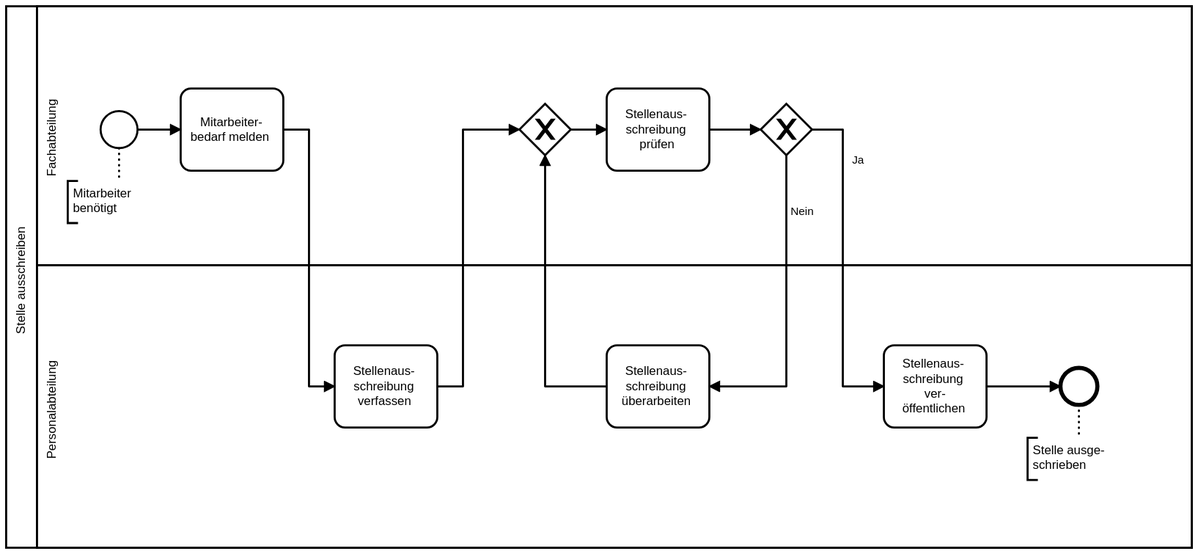
Earlier version of the BPMN export 2.Kapitel/diagram.svg (starmaerker/bpmn). Its source is kept beside it as 2.Kapitel/diagram.bpmn. Ids are renumbered.
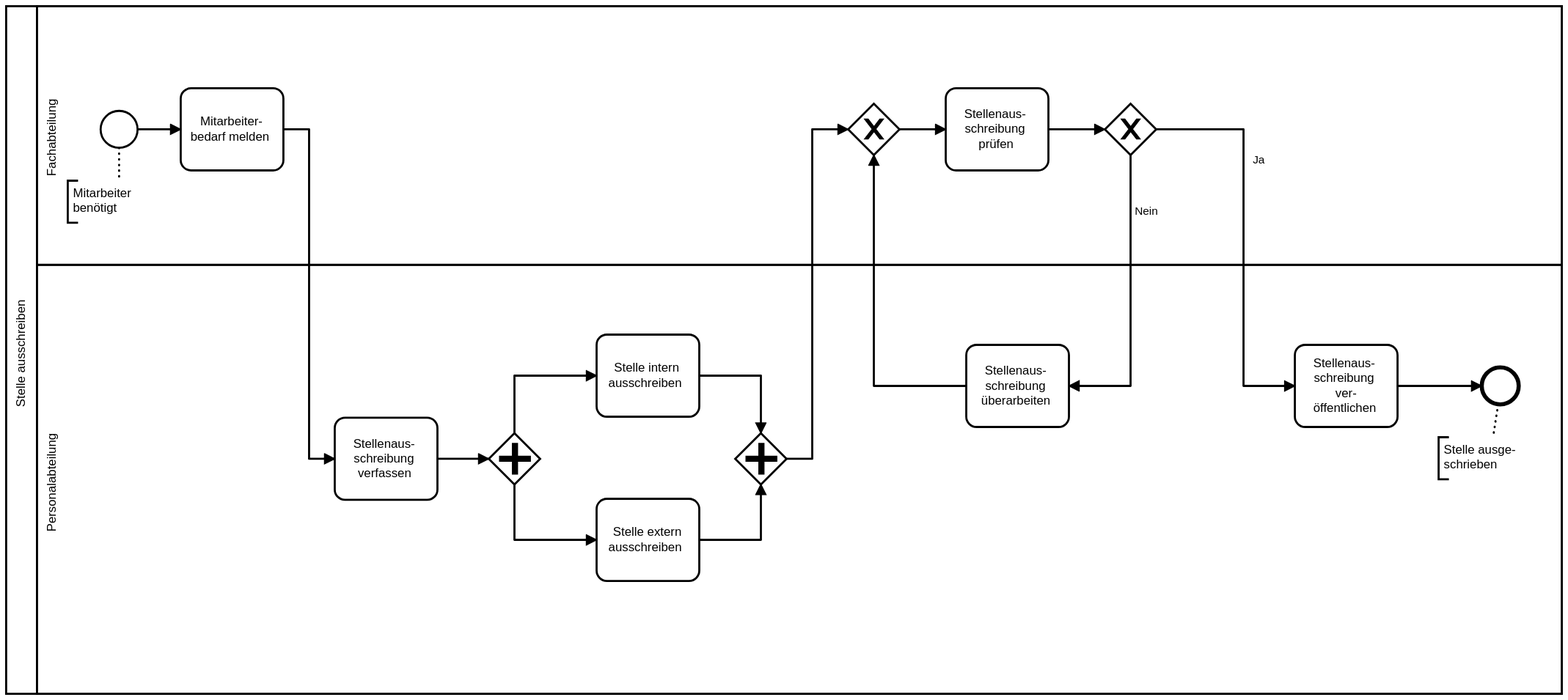
Above is the later version.

Commit message:
add parallel gateway

What changed in the source:
```diff
@@ -8,14 +8,18 @@
         <bpmn:flowNodeRef>StartEvent_n7</bpmn:flowNodeRef>
         <bpmn:flowNodeRef>Activity_n8</bpmn:flowNodeRef>
         <bpmn:flowNodeRef>Gateway_n9</bpmn:flowNodeRef>
+        <bpmn:flowNodeRef>Activity_n11</bpmn:flowNodeRef>
         <bpmn:flowNodeRef>Gateway_n10</bpmn:flowNodeRef>
-        <bpmn:flowNodeRef>Activity_n11</bpmn:flowNodeRef>
       </bpmn:lane>
       <bpmn:lane id="Lane_n12" name="Personalabteilung">
+        <bpmn:flowNodeRef>Event_n15</bpmn:flowNodeRef>
+        <bpmn:flowNodeRef>Activity_n14</bpmn:flowNodeRef>
+        <bpmn:flowNodeRef>Activity_n16</bpmn:flowNodeRef>
         <bpmn:flowNodeRef>Activity_n13</bpmn:flowNodeRef>
-        <bpmn:flowNodeRef>Activity_n14</bpmn:flowNodeRef>
-        <bpmn:flowNodeRef>Event_n15</bpmn:flowNodeRef>
-        <bpmn:flowNodeRef>Activity_n16</bpmn:flowNodeRef>
+        <bpmn:flowNodeRef>Gateway_n30</bpmn:flowNodeRef>
+        <bpmn:flowNodeRef>Activity_n31</bpmn:flowNodeRef>
+        <bpmn:flowNodeRef>Activity_n32</bpmn:flowNodeRef>
+        <bpmn:flowNodeRef>Gateway_n33</bpmn:flowNodeRef>
       </bpmn:lane>
     </bpmn:laneSet>
     <bpmn:startEvent id="StartEvent_n7">
@@ -25,44 +29,67 @@
       <bpmn:incoming>Flow_n17</bpmn:incoming>
       <bpmn:outgoing>Flow_n18</bpmn:outgoing>
     </bpmn:task>
-    <bpmn:task id="Activity_n13" name="Stellenaus-schreibung verfassen">
-      <bpmn:incoming>Flow_n18</bpmn:incoming>
-      <bpmn:outgoing>Flow_n19</bpmn:outgoing>
+    <bpmn:sequenceFlow id="Flow_n17" sourceRef="StartEvent_n7" targetRef="Activity_n8" />
+    <bpmn:sequenceFlow id="Flow_n18" sourceRef="Activity_n8" targetRef="Activity_n13" />
+    <bpmn:sequenceFlow id="Flow_n23" sourceRef="Gateway_n10" targetRef="Activity_n11" />
+    <bpmn:sequenceFlow id="Flow_n20" sourceRef="Activity_n11" targetRef="Gateway_n9" />
+    <bpmn:sequenceFlow id="Flow_n21" name="Ja" sourceRef="Gateway_n9" targetRef="Activity_n14" />
+    <bpmn:sequenceFlow id="Flow_n24" sourceRef="Activity_n14" targetRef="Event_n15" />
+    <bpmn:sequenceFlow id="Flow_n22" name="Nein" sourceRef="Gateway_n9" targetRef="Activity_n16" />
+    <bpmn:sequenceFlow id="Flow_n25" sourceRef="Activity_n16" targetRef="Gateway_n10" />
+    <bpmn:endEvent id="Event_n15">
+      <bpmn:incoming>Flow_n24</bpmn:incoming>
+    </bpmn:endEvent>
+    <bpmn:task id="Activity_n14" name="Stellenaus-schreibung   ver-  öffentlichen">
+      <bpmn:incoming>Flow_n21</bpmn:incoming>
+      <bpmn:outgoing>Flow_n24</bpmn:outgoing>
     </bpmn:task>
     <bpmn:exclusiveGateway id="Gateway_n9">
       <bpmn:incoming>Flow_n20</bpmn:incoming>
       <bpmn:outgoing>Flow_n21</bpmn:outgoing>
       <bpmn:outgoing>Flow_n22</bpmn:outgoing>
     </bpmn:exclusiveGateway>
-    <bpmn:sequenceFlow id="Flow_n17" sourceRef="StartEvent_n7" targetRef="Activity_n8" />
-    <bpmn:sequenceFlow id="Flow_n18" sourceRef="Activity_n8" targetRef="Activity_n13" />
-    <bpmn:sequenceFlow id="Flow_n19" sourceRef="Activity_n13" targetRef="Gateway_n10" />
-    <bpmn:sequenceFlow id="Flow_n23" sourceRef="Gateway_n10" targetRef="Activity_n11" />
-    <bpmn:sequenceFlow id="Flow_n20" sourceRef="Activity_n11" targetRef="Gateway_n9" />
-    <bpmn:sequenceFlow id="Flow_n21" name="Ja" sourceRef="Gateway_n9" targetRef="Activity_n14" />
-    <bpmn:sequenceFlow id="Flow_n24" sourceRef="Activity_n14" targetRef="Event_n15" />
-    <bpmn:sequenceFlow id="Flow_n22" name="Nein" sourceRef="Gateway_n9" targetRef="Activity_n16" />
-    <bpmn:task id="Activity_n14" name="Stellenaus-schreibung   ver-  öffentlichen">
-      <bpmn:incoming>Flow_n21</bpmn:incoming>
-      <bpmn:outgoing>Flow_n24</bpmn:outgoing>
+    <bpmn:task id="Activity_n16" name="Stellenaus- schreibung überarbeiten">
+      <bpmn:incoming>Flow_n22</bpmn:incoming>
+      <bpmn:outgoing>Flow_n25</bpmn:outgoing>
     </bpmn:task>
-    <bpmn:endEvent id="Event_n15">
-      <bpmn:incoming>Flow_n24</bpmn:incoming>
-    </bpmn:endEvent>
-    <bpmn:exclusiveGateway id="Gateway_n10">
-      <bpmn:incoming>Flow_n19</bpmn:incoming>
-      <bpmn:incoming>Flow_n25</bpmn:incoming>
-      <bpmn:outgoing>Flow_n23</bpmn:outgoing>
-    </bpmn:exclusiveGateway>
-    <bpmn:sequenceFlow id="Flow_n25" sourceRef="Activity_n16" targetRef="Gateway_n10" />
     <bpmn:task id="Activity_n11" name="Stellenaus-schreibung prüfen">
       <bpmn:incoming>Flow_n23</bpmn:incoming>
       <bpmn:outgoing>Flow_n20</bpmn:outgoing>
     </bpmn:task>
-    <bpmn:task id="Activity_n16" name="Stellenaus- schreibung überarbeiten">
-      <bpmn:incoming>Flow_n22</bpmn:incoming>
-      <bpmn:outgoing>Flow_n25</bpmn:outgoing>
+    <bpmn:exclusiveGateway id="Gateway_n10">
+      <bpmn:incoming>Flow_n25</bpmn:incoming>
+      <bpmn:incoming>Flow_n34</bpmn:incoming>
+      <bpmn:outgoing>Flow_n23</bpmn:outgoing>
+    </bpmn:exclusiveGateway>
+    <bpmn:sequenceFlow id="Flow_n35" sourceRef="Activity_n13" targetRef="Gateway_n30" />
+    <bpmn:task id="Activity_n13" name="Stellenaus-schreibung verfassen">
+      <bpmn:incoming>Flow_n18</bpmn:incoming>
+      <bpmn:outgoing>Flow_n35</bpmn:outgoing>
     </bpmn:task>
+    <bpmn:parallelGateway id="Gateway_n30">
+      <bpmn:incoming>Flow_n35</bpmn:incoming>
+      <bpmn:outgoing>Flow_n36</bpmn:outgoing>
+      <bpmn:outgoing>Flow_n37</bpmn:outgoing>
+    </bpmn:parallelGateway>
+    <bpmn:sequenceFlow id="Flow_n36" sourceRef="Gateway_n30" targetRef="Activity_n32" />
+    <bpmn:sequenceFlow id="Flow_n37" sourceRef="Gateway_n30" targetRef="Activity_n31" />
+    <bpmn:task id="Activity_n31" name="Stelle extern ausschreiben">
+      <bpmn:incoming>Flow_n37</bpmn:incoming>
+      <bpmn:outgoing>Flow_n38</bpmn:outgoing>
+    </bpmn:task>
+    <bpmn:task id="Activity_n32" name="Stelle intern ausschreiben">
+      <bpmn:incoming>Flow_n36</bpmn:incoming>
+      <bpmn:outgoing>Flow_n39</bpmn:outgoing>
+    </bpmn:task>
+    <bpmn:sequenceFlow id="Flow_n38" sourceRef="Activity_n31" targetRef="Gateway_n33" />
+    <bpmn:sequenceFlow id="Flow_n39" sourceRef="Activity_n32" targetRef="Gateway_n33" />
+    <bpmn:parallelGateway id="Gateway_n33">
+      <bpmn:incoming>Flow_n38</bpmn:incoming>
+      <bpmn:incoming>Flow_n39</bpmn:incoming>
+      <bpmn:outgoing>Flow_n34</bpmn:outgoing>
+    </bpmn:parallelGateway>
+    <bpmn:sequenceFlow id="Flow_n34" sourceRef="Gateway_n33" targetRef="Gateway_n10" />
     <bpmn:textAnnotation id="TextAnnotation_n26">
       <bpmn:text>Mitarbeiter benötigt</bpmn:text>
     </bpmn:textAnnotation>
@@ -75,69 +102,90 @@
   <bpmndi:BPMNDiagram id="BPMNDiagram_1">
     <bpmndi:BPMNPlane id="BPMNPlane_1" bpmnElement="Collaboration_n2">
       <bpmndi:BPMNShape id="Participant_n3_di" bpmnElement="Participant_n3" isHorizontal="true">
-        <dc:Bounds x="115" y="60" width="1155" height="527" />
+        <dc:Bounds x="115" y="60" width="1515" height="670" />
+      </bpmndi:BPMNShape>
+      <bpmndi:BPMNShape id="Lane_n12_di" bpmnElement="Lane_n12" isHorizontal="true">
+        <dc:Bounds x="145" y="312" width="1485" height="418" />
       </bpmndi:BPMNShape>
       <bpmndi:BPMNShape id="Lane_n6_di" bpmnElement="Lane_n6" isHorizontal="true">
-        <dc:Bounds x="145" y="60" width="1125" height="252" />
-      </bpmndi:BPMNShape>
-      <bpmndi:BPMNShape id="Lane_n12_di" bpmnElement="Lane_n12" isHorizontal="true">
-        <dc:Bounds x="145" y="312" width="1125" height="275" />
-      </bpmndi:BPMNShape>
-      <bpmndi:BPMNShape id="TextAnnotation_n26_di" bpmnElement="TextAnnotation_n26">
-        <dc:Bounds x="175" y="230" width="74" height="41" />
+        <dc:Bounds x="145" y="60" width="1485" height="252" />
       </bpmndi:BPMNShape>
       <bpmndi:BPMNShape id="TextAnnotation_n28_di" bpmnElement="TextAnnotation_n28">
-        <dc:Bounds x="1110" y="480" width="100" height="41" />
+        <dc:Bounds x="1510" y="480" width="100" height="41" />
       </bpmndi:BPMNShape>
+      <bpmndi:BPMNEdge id="Flow_n25_di" bpmnElement="Flow_n25">
+        <di:waypoint x="1050" y="430" />
+        <di:waypoint x="960" y="430" />
+        <di:waypoint x="960" y="205" />
+      </bpmndi:BPMNEdge>
+      <bpmndi:BPMNEdge id="Flow_n22_di" bpmnElement="Flow_n22">
+        <di:waypoint x="1210" y="205" />
+        <di:waypoint x="1210" y="430" />
+        <di:waypoint x="1150" y="430" />
+        <bpmndi:BPMNLabel>
+          <dc:Bounds x="1214" y="253" width="22" height="14" />
+        </bpmndi:BPMNLabel>
+      </bpmndi:BPMNEdge>
+      <bpmndi:BPMNEdge id="Flow_n24_di" bpmnElement="Flow_n24">
+        <di:waypoint x="1470" y="430" />
+        <di:waypoint x="1552" y="430" />
+      </bpmndi:BPMNEdge>
+      <bpmndi:BPMNEdge id="Flow_n21_di" bpmnElement="Flow_n21">
+        <di:waypoint x="1235" y="180" />
+        <di:waypoint x="1320" y="180" />
+        <di:waypoint x="1320" y="430" />
+        <di:waypoint x="1370" y="430" />
+        <bpmndi:BPMNLabel>
+          <dc:Bounds x="1329" y="203" width="12" height="14" />
+        </bpmndi:BPMNLabel>
+      </bpmndi:BPMNEdge>
+      <bpmndi:BPMNEdge id="Flow_n20_di" bpmnElement="Flow_n20">
+        <di:waypoint x="1130" y="180" />
+        <di:waypoint x="1185" y="180" />
+      </bpmndi:BPMNEdge>
+      <bpmndi:BPMNEdge id="Flow_n23_di" bpmnElement="Flow_n23">
+        <di:waypoint x="985" y="180" />
+        <di:waypoint x="1030" y="180" />
+      </bpmndi:BPMNEdge>
+      <bpmndi:BPMNEdge id="Flow_n18_di" bpmnElement="Flow_n18">
+        <di:waypoint x="385" y="180" />
+        <di:waypoint x="410" y="180" />
+        <di:waypoint x="410" y="501" />
+        <di:waypoint x="435" y="501" />
+      </bpmndi:BPMNEdge>
       <bpmndi:BPMNEdge id="Flow_n17_di" bpmnElement="Flow_n17">
         <di:waypoint x="243" y="180" />
         <di:waypoint x="285" y="180" />
       </bpmndi:BPMNEdge>
-      <bpmndi:BPMNEdge id="Flow_n18_di" bpmnElement="Flow_n18">
-        <di:waypoint x="385" y="180" />
-        <di:waypoint x="410" y="180" />
-        <di:waypoint x="410" y="430" />
-        <di:waypoint x="435" y="430" />
+      <bpmndi:BPMNEdge id="Flow_n35_di" bpmnElement="Flow_n35">
+        <di:waypoint x="535" y="501" />
+        <di:waypoint x="585" y="501" />
       </bpmndi:BPMNEdge>
-      <bpmndi:BPMNEdge id="Flow_n19_di" bpmnElement="Flow_n19">
-        <di:waypoint x="535" y="430" />
-        <di:waypoint x="560" y="430" />
-        <di:waypoint x="560" y="180" />
-        <di:waypoint x="615" y="180" />
+      <bpmndi:BPMNEdge id="Flow_n36_di" bpmnElement="Flow_n36">
+        <di:waypoint x="610" y="476" />
+        <di:waypoint x="610" y="420" />
+        <di:waypoint x="690" y="420" />
       </bpmndi:BPMNEdge>
-      <bpmndi:BPMNEdge id="Flow_n23_di" bpmnElement="Flow_n23">
-        <di:waypoint x="665" y="180" />
-        <di:waypoint x="700" y="180" />
+      <bpmndi:BPMNEdge id="Flow_n37_di" bpmnElement="Flow_n37">
+        <di:waypoint x="610" y="526" />
+        <di:waypoint x="610" y="580" />
+        <di:waypoint x="690" y="580" />
       </bpmndi:BPMNEdge>
-      <bpmndi:BPMNEdge id="Flow_n20_di" bpmnElement="Flow_n20">
-        <di:waypoint x="800" y="180" />
-        <di:waypoint x="850" y="180" />
+      <bpmndi:BPMNEdge id="Flow_n38_di" bpmnElement="Flow_n38">
+        <di:waypoint x="790" y="580" />
+        <di:waypoint x="850" y="580" />
+        <di:waypoint x="850" y="526" />
       </bpmndi:BPMNEdge>
-      <bpmndi:BPMNEdge id="Flow_n21_di" bpmnElement="Flow_n21">
+      <bpmndi:BPMNEdge id="Flow_n39_di" bpmnElement="Flow_n39">
+        <di:waypoint x="790" y="420" />
+        <di:waypoint x="850" y="420" />
+        <di:waypoint x="850" y="476" />
+      </bpmndi:BPMNEdge>
+      <bpmndi:BPMNEdge id="Flow_n34_di" bpmnElement="Flow_n34">
+        <di:waypoint x="875" y="501" />
+        <di:waypoint x="900" y="501" />
         <di:waypoint x="900" y="180" />
-        <di:waypoint x="930" y="180" />
-        <di:waypoint x="930" y="430" />
-        <di:waypoint x="970" y="430" />
-        <bpmndi:BPMNLabel>
-          <dc:Bounds x="939" y="203" width="12" height="14" />
-        </bpmndi:BPMNLabel>
-      </bpmndi:BPMNEdge>
-      <bpmndi:BPMNEdge id="Flow_n24_di" bpmnElement="Flow_n24">
-        <di:waypoint x="1070" y="430" />
-        <di:waypoint x="1142" y="430" />
-      </bpmndi:BPMNEdge>
-      <bpmndi:BPMNEdge id="Flow_n22_di" bpmnElement="Flow_n22">
-        <di:waypoint x="875" y="205" />
-        <di:waypoint x="875" y="430" />
-        <di:waypoint x="800" y="430" />
-        <bpmndi:BPMNLabel>
-          <dc:Bounds x="879" y="253" width="22" height="14" />
-        </bpmndi:BPMNLabel>
-      </bpmndi:BPMNEdge>
-      <bpmndi:BPMNEdge id="Flow_n25_di" bpmnElement="Flow_n25">
-        <di:waypoint x="700" y="430" />
-        <di:waypoint x="640" y="430" />
-        <di:waypoint x="640" y="205" />
+        <di:waypoint x="935" y="180" />
       </bpmndi:BPMNEdge>
       <bpmndi:BPMNShape id="_BPMNShape_StartEvent_2" bpmnElement="StartEvent_n7">
         <dc:Bounds x="207" y="162" width="36" height="36" />
@@ -145,34 +193,49 @@
       <bpmndi:BPMNShape id="Activity_n8_di" bpmnElement="Activity_n8">
         <dc:Bounds x="285" y="140" width="100" height="80" />
       </bpmndi:BPMNShape>
-      <bpmndi:BPMNShape id="Activity_n13_di" bpmnElement="Activity_n13">
-        <dc:Bounds x="435" y="390" width="100" height="80" />
+      <bpmndi:BPMNShape id="TextAnnotation_n26_di" bpmnElement="TextAnnotation_n26">
+        <dc:Bounds x="175" y="230" width="74" height="41" />
+      </bpmndi:BPMNShape>
+      <bpmndi:BPMNShape id="Event_n15_di" bpmnElement="Event_n15">
+        <dc:Bounds x="1552" y="412" width="36" height="36" />
+      </bpmndi:BPMNShape>
+      <bpmndi:BPMNShape id="Activity_n14_di" bpmnElement="Activity_n14">
+        <dc:Bounds x="1370" y="390" width="100" height="80" />
       </bpmndi:BPMNShape>
       <bpmndi:BPMNShape id="Gateway_n9_di" bpmnElement="Gateway_n9" isMarkerVisible="true">
-        <dc:Bounds x="850" y="155" width="50" height="50" />
+        <dc:Bounds x="1185" y="155" width="50" height="50" />
       </bpmndi:BPMNShape>
-      <bpmndi:BPMNShape id="Activity_n14_di" bpmnElement="Activity_n14">
-        <dc:Bounds x="970" y="390" width="100" height="80" />
+      <bpmndi:BPMNShape id="Activity_n16_di" bpmnElement="Activity_n16">
+        <dc:Bounds x="1050" y="390" width="100" height="80" />
       </bpmndi:BPMNShape>
-      <bpmndi:BPMNShape id="Event_n15_di" bpmnElement="Event_n15">
-        <dc:Bounds x="1142" y="412" width="36" height="36" />
+      <bpmndi:BPMNShape id="Activity_n11_di" bpmnElement="Activity_n11">
+        <dc:Bounds x="1030" y="140" width="100" height="80" />
       </bpmndi:BPMNShape>
       <bpmndi:BPMNShape id="Gateway_n10_di" bpmnElement="Gateway_n10" isMarkerVisible="true">
-        <dc:Bounds x="615" y="155" width="50" height="50" />
+        <dc:Bounds x="935" y="155" width="50" height="50" />
       </bpmndi:BPMNShape>
-      <bpmndi:BPMNShape id="Activity_n11_di" bpmnElement="Activity_n11">
-        <dc:Bounds x="700" y="140" width="100" height="80" />
+      <bpmndi:BPMNShape id="Activity_n13_di" bpmnElement="Activity_n13">
+        <dc:Bounds x="435" y="461" width="100" height="80" />
       </bpmndi:BPMNShape>
-      <bpmndi:BPMNShape id="Activity_n16_di" bpmnElement="Activity_n16">
-        <dc:Bounds x="700" y="390" width="100" height="80" />
+      <bpmndi:BPMNShape id="Gateway_1om60m7_di" bpmnElement="Gateway_n30">
+        <dc:Bounds x="585" y="476" width="50" height="50" />
+      </bpmndi:BPMNShape>
+      <bpmndi:BPMNShape id="Activity_n31_di" bpmnElement="Activity_n31">
+        <dc:Bounds x="690" y="540" width="100" height="80" />
+      </bpmndi:BPMNShape>
+      <bpmndi:BPMNShape id="Activity_n32_di" bpmnElement="Activity_n32">
+        <dc:Bounds x="690" y="380" width="100" height="80" />
+      </bpmndi:BPMNShape>
+      <bpmndi:BPMNShape id="Gateway_00qw52o_di" bpmnElement="Gateway_n33">
+        <dc:Bounds x="825" y="476" width="50" height="50" />
       </bpmndi:BPMNShape>
       <bpmndi:BPMNEdge id="Association_n27_di" bpmnElement="Association_n27">
         <di:waypoint x="225" y="198" />
         <di:waypoint x="225" y="230" />
       </bpmndi:BPMNEdge>
       <bpmndi:BPMNEdge id="Association_n29_di" bpmnElement="Association_n29">
-        <di:waypoint x="1160" y="448" />
-        <di:waypoint x="1160" y="480" />
+        <di:waypoint x="1568" y="448" />
+        <di:waypoint x="1563" y="480" />
       </bpmndi:BPMNEdge>
     </bpmndi:BPMNPlane>
   </bpmndi:BPMNDiagram>
```
